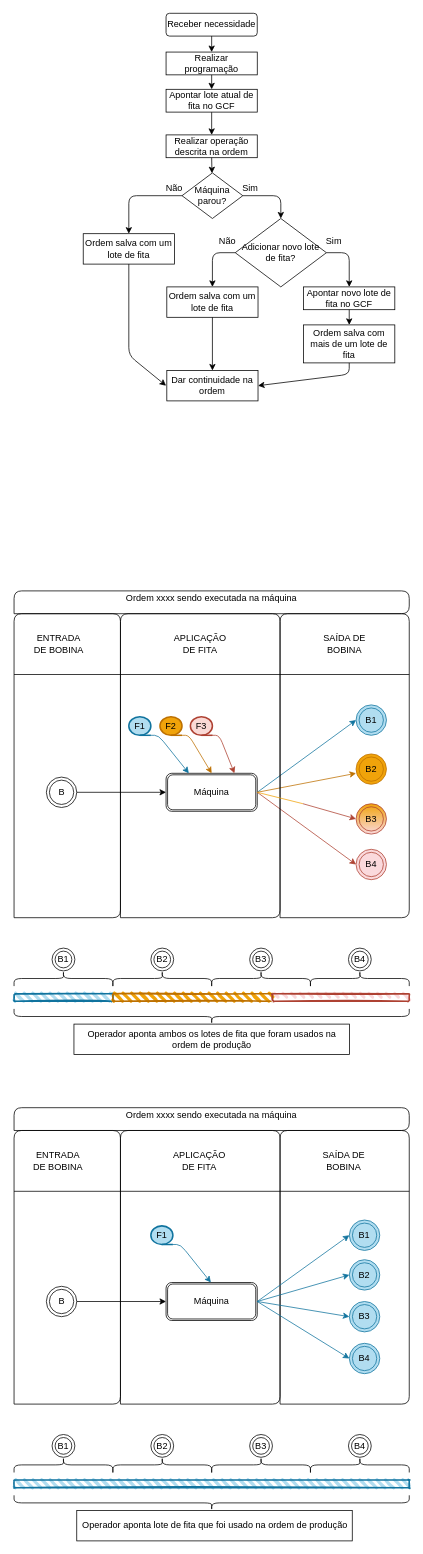
zeca-esp/disney.github.io keeps this draw.io diagram as Fita.drawio. Above is the earlier version. Source tidied: cells renumbered, new cells numbered last; positions are measured from the earlier drawing's top-left corner, leaving out a move shared by most shapes. Both pictures are drawn from the tidied source at 76%, with x=0, y=0 at pixel (14, 13).
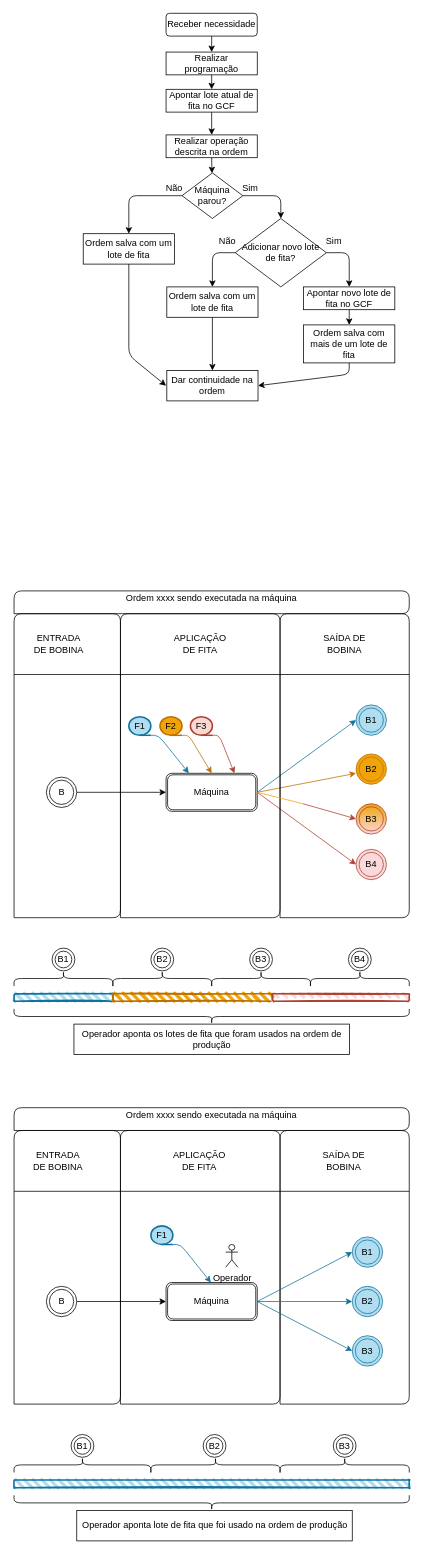
The same diagram, later.

Unchanged cells that the change refers to:
```xml
<mxCell id="78" value="Máquina" style="shape=ext;double=1;rounded=1;whiteSpace=wrap;html=1;" parent="1" vertex="1">
  <mxGeometry x="200" y="1670" width="120" height="50" as="geometry" />
</mxCell>
```

Diff of the diagram source:
```diff
@@
-    <mxCell id="32" value="Operador aponta ambos os lotes de fita que foram usados na ordem de produção" style="rounded=0;whiteSpace=wrap;html=1;strokeColor=#000000;strokeWidth=1;fillColor=#FFFFFF;gradientColor=none;gradientDirection=south;" parent="1" vertex="1">
+    <mxCell id="32" value="Operador aponta os lotes de fita que foram usados na ordem de produção" style="rounded=0;whiteSpace=wrap;html=1;strokeColor=#000000;strokeWidth=1;fillColor=#FFFFFF;gradientColor=none;gradientDirection=south;" parent="1" vertex="1">
       <mxGeometry x="78.8" y="1330" width="362.5" height="40" as="geometry" />
     </mxCell>
@@
     <mxCell id="81" value="B2" style="ellipse;shape=doubleEllipse;whiteSpace=wrap;html=1;fillColor=#B1DDF0;strokeColor=#10739E;" parent="1" vertex="1">
-      <mxGeometry x="441.2" y="1640" width="40" height="40" as="geometry" />
+      <mxGeometry x="445" y="1675" width="40" height="40" as="geometry" />
     </mxCell>
@@
     <mxCell id="85" value="B1" style="ellipse;shape=doubleEllipse;whiteSpace=wrap;html=1;fillColor=#B1DDF0;strokeColor=#10739E;" parent="1" vertex="1">
-      <mxGeometry x="441.2" y="1587.8" width="40" height="40" as="geometry" />
+      <mxGeometry x="445" y="1610" width="40" height="40" as="geometry" />
     </mxCell>
     <mxCell id="86" value="B3" style="ellipse;shape=doubleEllipse;whiteSpace=wrap;html=1;fillColor=#B1DDF0;strokeColor=#10739E;" parent="1" vertex="1">
-      <mxGeometry x="441.2" y="1695" width="40" height="40" as="geometry" />
+      <mxGeometry x="445" y="1740" width="40" height="40" as="geometry" />
     </mxCell>
-    <mxCell id="87" value="B4" style="ellipse;shape=doubleEllipse;whiteSpace=wrap;html=1;fillColor=#B1DDF0;strokeColor=#10739E;" parent="1" vertex="1">
-      <mxGeometry x="441.2" y="1750" width="40" height="40" as="geometry" />
-    </mxCell>
@@
-    <mxCell id="89" style="endArrow=classic;html=1;exitX=1;exitY=0.5;exitDx=0;exitDy=0;strokeColor=#10739E;entryX=0;entryY=0.5;entryDx=0;entryDy=0;" parent="1" edge="1" source="78" target="87">
-      <mxGeometry relative="1" as="geometry" />
-    </mxCell>
@@
     <mxCell id="91" style="shape=curlyBracket;whiteSpace=wrap;html=1;rounded=1;direction=south;" parent="1" vertex="1">
-      <mxGeometry y="1900" width="130" height="20" as="geometry" />
+      <mxGeometry y="1900" width="180" height="20" as="geometry" />
     </mxCell>
     <mxCell id="92" style="shape=curlyBracket;whiteSpace=wrap;html=1;rounded=1;direction=south;" parent="1" vertex="1">
-      <mxGeometry x="130" y="1900" width="130" height="20" as="geometry" />
+      <mxGeometry x="180" y="1900" width="170" height="20" as="geometry" />
     </mxCell>
     <mxCell id="93" style="shape=curlyBracket;whiteSpace=wrap;html=1;rounded=1;direction=south;" parent="1" vertex="1">
-      <mxGeometry x="260" y="1900" width="130" height="20" as="geometry" />
+      <mxGeometry x="350" y="1900" width="170" height="20" as="geometry" />
     </mxCell>
-    <mxCell id="94" style="shape=curlyBracket;whiteSpace=wrap;html=1;rounded=1;direction=south;" parent="1" vertex="1">
-      <mxGeometry x="390" y="1900" width="130" height="20" as="geometry" />
-    </mxCell>
     <mxCell id="95" value="B1" style="ellipse;shape=doubleEllipse;whiteSpace=wrap;html=1;" parent="1" vertex="1">
-      <mxGeometry x="50" y="1870" width="30" height="30" as="geometry" />
+      <mxGeometry x="75" y="1870" width="30" height="30" as="geometry" />
     </mxCell>
     <mxCell id="96" value="B2" style="ellipse;shape=doubleEllipse;whiteSpace=wrap;html=1;" parent="1" vertex="1">
-      <mxGeometry x="180" y="1870" width="30" height="30" as="geometry" />
+      <mxGeometry x="248.8" y="1870" width="30" height="30" as="geometry" />
     </mxCell>
     <mxCell id="97" value="B3" style="ellipse;shape=doubleEllipse;whiteSpace=wrap;html=1;" parent="1" vertex="1">
-      <mxGeometry x="310" y="1870" width="30" height="30" as="geometry" />
+      <mxGeometry x="420" y="1870" width="30" height="30" as="geometry" />
     </mxCell>
-    <mxCell id="98" value="B4" style="ellipse;shape=doubleEllipse;whiteSpace=wrap;html=1;" parent="1" vertex="1">
-      <mxGeometry x="440" y="1870" width="30" height="30" as="geometry" />
-    </mxCell>
@@
+    <mxCell id="102" value="Operador" style="shape=umlActor;verticalLabelPosition=bottom;verticalAlign=top;html=1;" parent="1" vertex="1">
+      <mxGeometry x="278.5" y="1620" width="16" height="30" as="geometry" />
+    </mxCell>
```
